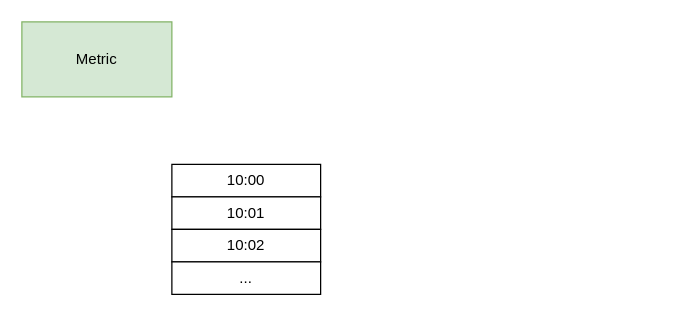
The draw.io diagram 未命名绘图.drawio in Foolisher/docs, before the edit. Source tidied: cells renumbered, new cells numbered last; positions are measured from the earlier drawing's top-left corner, leaving out a move shared by most shapes. Both pictures are drawn from the tidied source at 125%, with x=0, y=0 at pixel (21, 21).
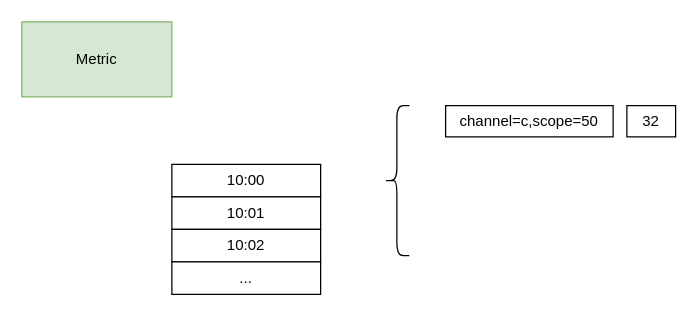
Above is the later version.

Commit message:
更新未命名绘图.drawio

The edit, as a diff of the source:
```diff
@@
 <mxGraphModel>
   <root>
     <mxCell id="0" />
     <mxCell id="1" parent="0" />
     <mxCell id="2" value="Metric" style="rounded=0;whiteSpace=wrap;html=1;fillColor=#d5e8d4;strokeColor=#82b366;" parent="1" vertex="1">
       <mxGeometry width="120" height="60" as="geometry" />
     </mxCell>
     <mxCell id="3" value="10:00" style="rounded=0;whiteSpace=wrap;html=1;" parent="1" vertex="1">
       <mxGeometry x="120" y="114" width="119" height="26" as="geometry" />
     </mxCell>
     <mxCell id="4" value="10:01" style="rounded=0;whiteSpace=wrap;html=1;" parent="1" vertex="1">
       <mxGeometry x="120" y="140" width="119" height="26" as="geometry" />
     </mxCell>
     <mxCell id="5" value="10:02" style="rounded=0;whiteSpace=wrap;html=1;" parent="1" vertex="1">
       <mxGeometry x="120" y="166" width="119" height="26" as="geometry" />
     </mxCell>
     <mxCell id="6" value="..." style="rounded=0;whiteSpace=wrap;html=1;" parent="1" vertex="1">
       <mxGeometry x="120" y="192" width="119" height="26" as="geometry" />
     </mxCell>
+    <mxCell id="7" style="shape=curlyBracket;whiteSpace=wrap;html=1;rounded=1;labelPosition=left;verticalLabelPosition=middle;align=right;verticalAlign=middle;" parent="1" vertex="1">
+      <mxGeometry x="290" y="67" width="20" height="120" as="geometry" />
+    </mxCell>
+    <mxCell id="8" value="channel=c,scope=50" style="rounded=0;whiteSpace=wrap;html=1;" parent="1" vertex="1">
+      <mxGeometry x="339" y="67" width="134" height="25" as="geometry" />
+    </mxCell>
+    <mxCell id="9" value="32" style="rounded=0;whiteSpace=wrap;html=1;" parent="1" vertex="1">
+      <mxGeometry x="484" y="67" width="39" height="25" as="geometry" />
+    </mxCell>
   </root>
 </mxGraphModel>
```
